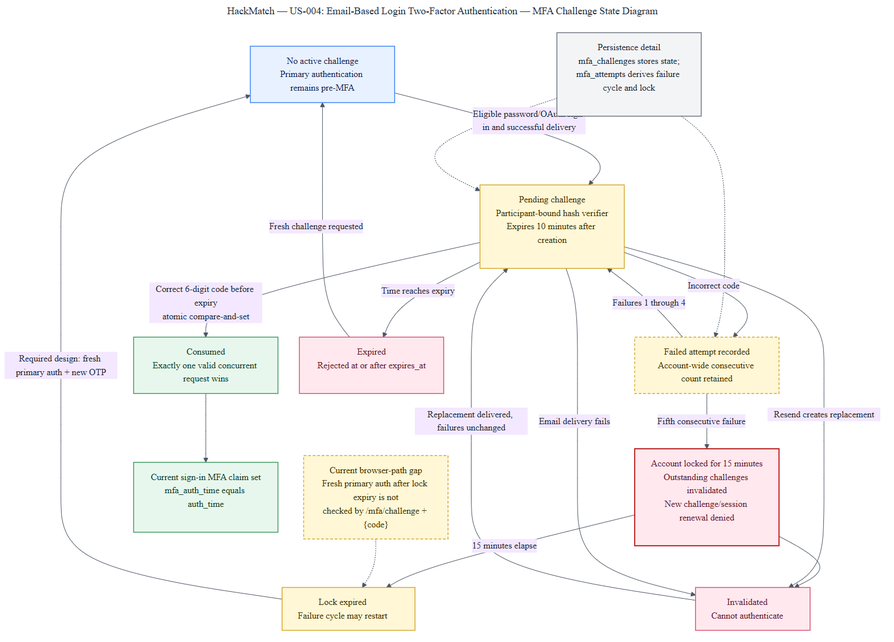
This is docs/diagrams/US-004/US-004-mfa-challenge-state.png from comp313-g1/HackMatch, a Mermaid export, as it was before one commit. Its source is kept beside it as docs/diagrams/US-004/US-004-mfa-challenge-state.mmd.
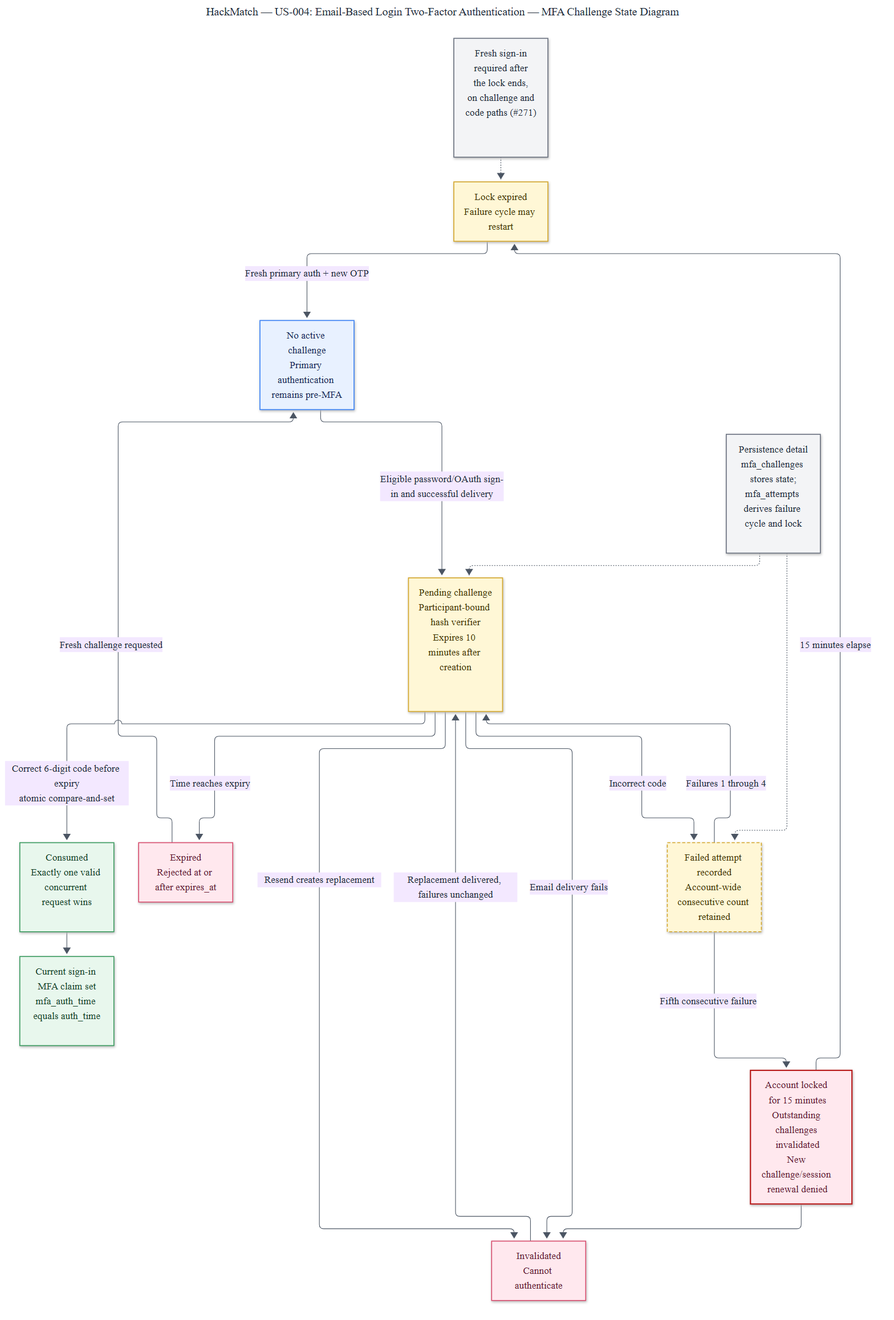
The same diagram one commit later.

The edit, as a diff of the source:
```diff
@@ -12,7 +12,7 @@
     LOCKED["Account locked for 15 minutes<br/>Outstanding challenges invalidated<br/>New challenge/session renewal denied"]:::danger
     LOCKEND["Lock expired<br/>Failure cycle may restart"]:::transition
     CLAIM["Current sign-in MFA claim set<br/>mfa_auth_time equals auth_time"]:::success
-    GAP["Current browser-path gap<br/>Fresh primary auth after lock expiry is not<br/>checked by /mfa/challenge + {code}"]:::warning
+    GAP["Fresh sign-in<br/>required after<br/>the lock ends,<br/>on challenge and<br/>code paths (#271)"]:::internal
     STORE["Persistence detail<br/>mfa_challenges stores state;<br/>mfa_attempts derives failure cycle and lock"]:::internal
 
     NONE -->|Eligible password/OAuth sign-in and successful delivery| PENDING
@@ -23,7 +23,7 @@
     FAIL -->|Fifth consecutive failure| LOCKED
     LOCKED --> INVALIDATED
     LOCKED -->|15 minutes elapse| LOCKEND
-    LOCKEND -->|Required design: fresh primary auth + new OTP| NONE
+    LOCKEND -->|Fresh primary auth + new OTP| NONE
     PENDING -->|Resend creates replacement| INVALIDATED
     INVALIDATED -->|Replacement delivered, failures unchanged| PENDING
     PENDING -->|Email delivery fails| INVALIDATED
```
